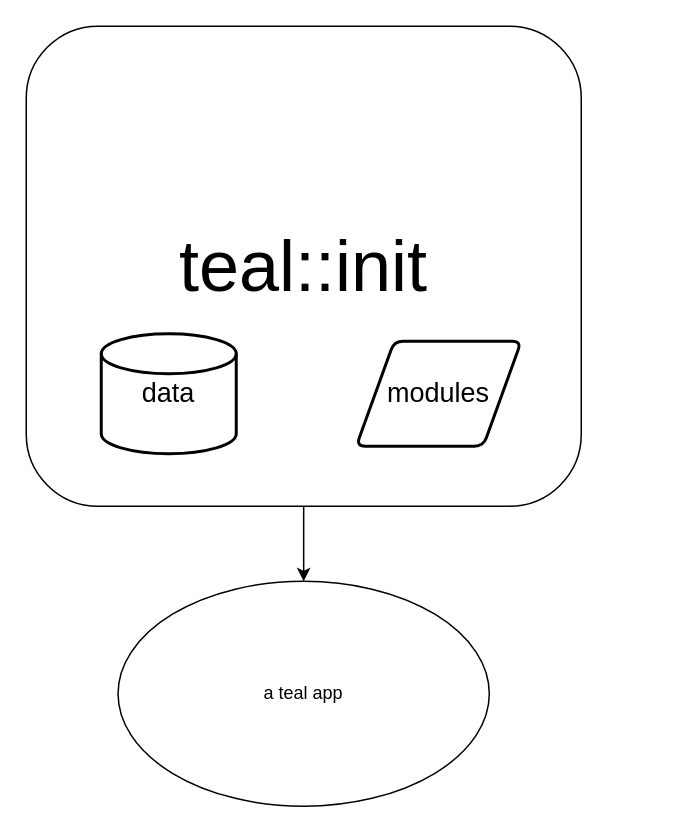
The draw.io diagram teal_flow.drawio in Daniel-CIMS/Daniel-CIMS, before the edit. Source tidied: cells renumbered, new cells numbered last; positions are measured from the earlier drawing's top-left corner, leaving out a move shared by most shapes. Both pictures are drawn from the tidied source at 150%, with x=0, y=0 at pixel (26, 26).
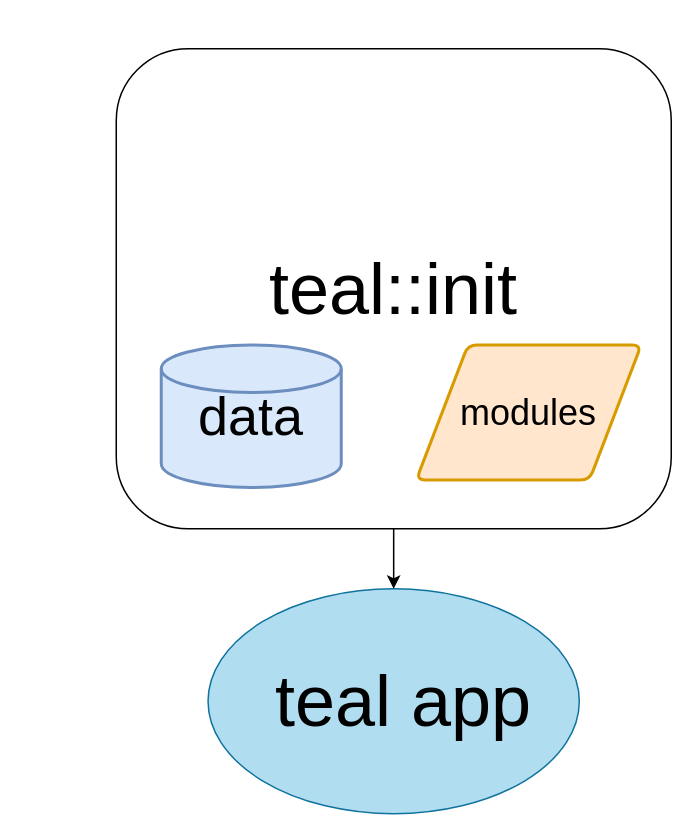
The same diagram, later.

What changed in the source:
```diff
@@
 <mxGraphModel>
   <root>
     <mxCell id="0" />
     <mxCell id="1" parent="0" />
-    <mxCell id="2" style="edgeStyle=orthogonalEdgeStyle;rounded=0;jettySize=auto;html=1;entryX=0.5;entryY=0;entryDx=0;entryDy=0;" parent="1" edge="1" source="3" target="6">
-      <mxGeometry relative="1" as="geometry" />
-    </mxCell>
+    <mxCell id="7" style="group;" parent="1" vertex="1">
+      <mxGeometry x="60" y="15" width="370" height="510" as="geometry" />
+    </mxCell>
-    <mxCell id="3" value="&lt;font style=&quot;font-size: 48px;&quot;&gt;teal::init&lt;/font&gt;" style="rounded=1;whiteSpace=wrap;html=1;fontSize=12;glass=0;strokeWidth=1;shadow=0;" parent="1" vertex="1">
+    <mxCell id="3" value="&lt;font style=&quot;font-size: 48px;&quot;&gt;teal::init&lt;/font&gt;" style="rounded=1;whiteSpace=wrap;html=1;fontSize=12;glass=0;strokeWidth=1;shadow=0;" parent="7" vertex="1">
       <mxGeometry width="370" height="320" as="geometry" />
     </mxCell>
-    <mxCell id="4" value="&lt;font style=&quot;font-size: 18px;&quot;&gt;data&lt;/font&gt;" style="strokeWidth=2;html=1;shape=mxgraph.flowchart.database;whiteSpace=wrap;" parent="1" vertex="1">
-      <mxGeometry x="50" y="205" width="90" height="80" as="geometry" />
+    <mxCell id="4" value="&lt;font style=&quot;font-size: 36px;&quot;&gt;data&lt;/font&gt;" style="strokeWidth=2;html=1;shape=mxgraph.flowchart.database;whiteSpace=wrap;fillColor=#dae8fc;strokeColor=#6c8ebf;" parent="7" vertex="1">
+      <mxGeometry x="30" y="197.5" width="120" height="95" as="geometry" />
     </mxCell>
-    <mxCell id="5" value="&lt;font style=&quot;font-size: 18px;&quot;&gt;modules&lt;/font&gt;" style="shape=parallelogram;html=1;strokeWidth=2;perimeter=parallelogramPerimeter;whiteSpace=wrap;rounded=1;arcSize=12;size=0.23;" parent="1" vertex="1">
-      <mxGeometry x="220" y="210" width="110" height="70" as="geometry" />
+    <mxCell id="5" value="&lt;font style=&quot;font-size: 24px;&quot;&gt;modules&lt;/font&gt;" style="shape=parallelogram;html=1;strokeWidth=2;perimeter=parallelogramPerimeter;whiteSpace=wrap;rounded=1;arcSize=12;size=0.23;fillColor=#ffe6cc;strokeColor=#d79b00;" parent="7" vertex="1">
+      <mxGeometry x="200" y="197.5" width="150" height="90" as="geometry" />
     </mxCell>
-    <mxCell id="6" value="a teal app" style="ellipse;whiteSpace=wrap;html=1;align=center;newEdgeStyle={&quot;edgeStyle&quot;:&quot;entityRelationEdgeStyle&quot;,&quot;startArrow&quot;:&quot;none&quot;,&quot;endArrow&quot;:&quot;none&quot;,&quot;segment&quot;:10,&quot;curved&quot;:1,&quot;sourcePerimeterSpacing&quot;:0,&quot;targetPerimeterSpacing&quot;:0};" parent="1" vertex="1">
-      <mxGeometry x="61.2" y="370" width="247.5" height="150" as="geometry" />
+    <mxCell id="6" value="&lt;font style=&quot;font-size: 48px;&quot;&gt;&amp;nbsp;teal app&lt;/font&gt;" style="ellipse;whiteSpace=wrap;html=1;align=center;newEdgeStyle={&quot;edgeStyle&quot;:&quot;entityRelationEdgeStyle&quot;,&quot;startArrow&quot;:&quot;none&quot;,&quot;endArrow&quot;:&quot;none&quot;,&quot;segment&quot;:10,&quot;curved&quot;:1,&quot;sourcePerimeterSpacing&quot;:0,&quot;targetPerimeterSpacing&quot;:0};fillColor=#b1ddf0;strokeColor=#10739e;" parent="7" vertex="1">
+      <mxGeometry x="61.2" y="360" width="247.5" height="150" as="geometry" />
     </mxCell>
+    <mxCell id="2" style="edgeStyle=orthogonalEdgeStyle;rounded=0;jettySize=auto;html=1;entryX=0.5;entryY=0;entryDx=0;entryDy=0;" parent="7" edge="1" source="3" target="6">
+      <mxGeometry relative="1" as="geometry" />
+    </mxCell>
   </root>
 </mxGraphModel>
```
